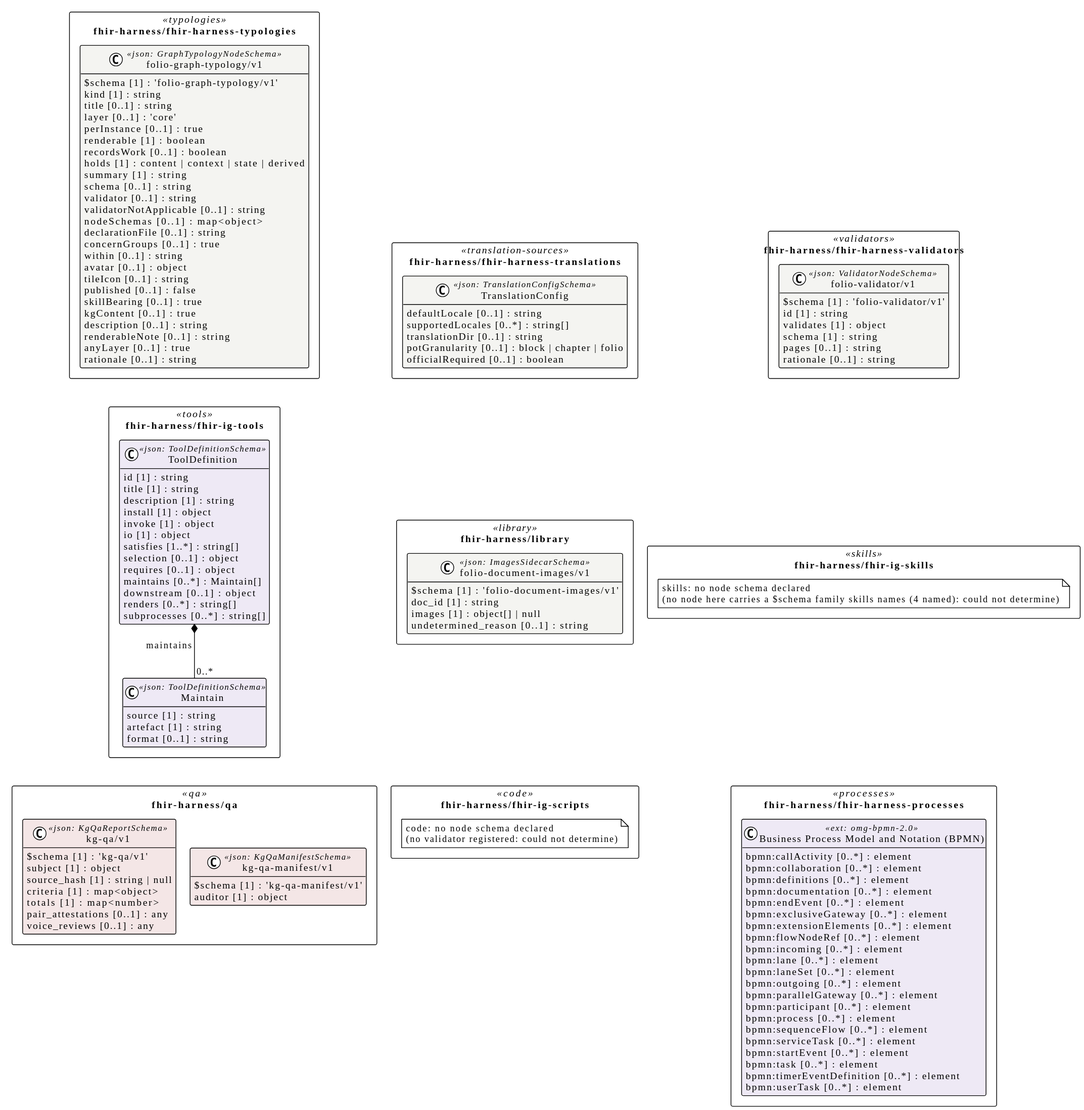
This is assets/img/uml/overview/fhir-harness.svg from litlfred/smart-trust, a PlantUML export, as it was before one commit. The source it was exported from:
```plantuml
@startuml
!pragma layout elk
!theme plain
skinparam classAttributeIconSize 0
skinparam shadowing false
skinparam packageStyle rectangle
hide empty methods

package "fhir-harness/fhir-harness-translations" as pkg_fhir_harness_fhir_harness_translations <<translation-sources>> {
  class "TranslationConfig" as fhir_harness_fhir_harness_translations_TranslationConfig <<json: TranslationConfigSchema>> #f4f4f1 {
    defaultLocale [0..1] : string
    supportedLocales [0..*] : string[]
    translationDir [0..1] : string
    potGranularity [0..1] : block | chapter | folio
    officialRequired [0..1] : boolean
  }
}
package "fhir-harness/fhir-harness-validators" as pkg_fhir_harness_fhir_harness_validators <<validators>> {
  class "folio-validator/v1" as fhir_harness_fhir_harness_validators_folio_validator_v1_folio_validator_v1 <<json: ValidatorNodeSchema>> #f4f4f1 {
    $schema [1] : 'folio-validator/v1'
    id [1] : string
    validates [1] : object
    schema [1] : string
    pages [0..1] : string
    rationale [0..1] : string
  }
}
package "fhir-harness/fhir-harness-typologies" as pkg_fhir_harness_fhir_harness_typologies <<typologies>> {
  class "folio-graph-typology/v1" as fhir_harness_fhir_harness_typologies_folio_graph_typology_v1_folio_graph_typology_v1 <<json: GraphTypologyNodeSchema>> #f4f4f1 {
    $schema [1] : 'folio-graph-typology/v1'
    kind [1] : string
    title [0..1] : string
    layer [0..1] : 'core'
    perInstance [0..1] : true
    renderable [1] : boolean
    recordsWork [0..1] : boolean
    holds [1] : content | context | state | derived
    summary [1] : string
    schema [0..1] : string
    validator [0..1] : string
    validatorNotApplicable [0..1] : string
    nodeSchemas [0..1] : map<object>
    declarationFile [0..1] : string
    concernGroups [0..1] : true
    within [0..1] : string
    avatar [0..1] : object
    tileIcon [0..1] : string
    published [0..1] : false
    skillBearing [0..1] : true
    kgContent [0..1] : true
    description [0..1] : string
    renderableNote [0..1] : string
    anyLayer [0..1] : true
    rationale [0..1] : string
  }
}
package "fhir-harness/library" as pkg_fhir_harness_library <<library>> {
  class "folio-document-images/v1" as fhir_harness_library_folio_document_images_v1_folio_document_images_v1 <<json: ImagesSidecarSchema>> #f4f4f1 {
    $schema [1] : 'folio-document-images/v1'
    doc_id [1] : string
    images [1] : object[] | null
    undetermined_reason [0..1] : string
  }
}
package "fhir-harness/fhir-ig-skills" as pkg_fhir_harness_fhir_ig_skills <<skills>> {
  note "skills: no node schema declared\n(no node here carries a $schema family skills names (4 named): could not determine)" as n_fhir_harness_fhir_ig_skills_skills
}
package "fhir-harness/fhir-ig-tools" as pkg_fhir_harness_fhir_ig_tools <<tools>> {
  class "Maintain" as fhir_harness_fhir_ig_tools_Maintain <<json: ToolDefinitionSchema>> #eee9f5 {
    source [1] : string
    artefact [1] : string
    format [0..1] : string
  }
  class "ToolDefinition" as fhir_harness_fhir_ig_tools_ToolDefinition <<json: ToolDefinitionSchema>> #eee9f5 {
    id [1] : string
    title [1] : string
    description [1] : string
    install [1] : object
    invoke [1] : object
    io [1] : object
    satisfies [1..*] : string[]
    selection [0..1] : object
    requires [0..1] : object
    maintains [0..*] : Maintain[]
    downstream [0..1] : object
    renders [0..*] : string[]
    subprocesses [0..*] : string[]
  }
}
package "fhir-harness/fhir-ig-scripts" as pkg_fhir_harness_fhir_ig_scripts <<code>> {
  note "code: no node schema declared\n(no validator registered: could not determine)" as n_fhir_harness_fhir_ig_scripts_code
}
package "fhir-harness/fhir-harness-processes" as pkg_fhir_harness_fhir_harness_processes <<processes>> {
  class "Business Process Model and Notation (BPMN)" as fhir_harness_fhir_harness_processes_omg_bpmn_2_0 <<ext: omg-bpmn-2.0>> #eee9f5 {
    bpmn:callActivity [0..*] : element
    bpmn:collaboration [0..*] : element
    bpmn:definitions [0..*] : element
    bpmn:documentation [0..*] : element
    bpmn:endEvent [0..*] : element
    bpmn:exclusiveGateway [0..*] : element
    bpmn:extensionElements [0..*] : element
    bpmn:flowNodeRef [0..*] : element
    bpmn:incoming [0..*] : element
    bpmn:lane [0..*] : element
    bpmn:laneSet [0..*] : element
    bpmn:outgoing [0..*] : element
    bpmn:parallelGateway [0..*] : element
    bpmn:participant [0..*] : element
    bpmn:process [0..*] : element
    bpmn:sequenceFlow [0..*] : element
    bpmn:serviceTask [0..*] : element
    bpmn:startEvent [0..*] : element
    bpmn:task [0..*] : element
    bpmn:timerEventDefinition [0..*] : element
    bpmn:userTask [0..*] : element
  }
}
package "fhir-harness/qa" as pkg_fhir_harness_qa <<qa>> {
  class "kg-qa/v1" as fhir_harness_qa_kg_qa_v1_kg_qa_v1 <<json: KgQaReportSchema>> #f4e6e6 {
    $schema [1] : 'kg-qa/v1'
    subject [1] : object
    source_hash [1] : string | null
    criteria [1] : map<object>
    totals [1] : map<number>
    pair_attestations [0..1] : any
    voice_reviews [0..1] : any
  }
  class "kg-qa-manifest/v1" as fhir_harness_qa_kg_qa_manifest_v1_kg_qa_manifest_v1 <<json: KgQaManifestSchema>> #f4e6e6 {
    $schema [1] : 'kg-qa-manifest/v1'
    auditor [1] : object
  }
}

fhir_harness_fhir_ig_tools_ToolDefinition *-- "0..*" fhir_harness_fhir_ig_tools_Maintain : maintains
pkg_fhir_harness_fhir_harness_translations -[hidden]down- pkg_fhir_harness_library
pkg_fhir_harness_fhir_harness_validators -[hidden]down- pkg_fhir_harness_fhir_ig_skills
pkg_fhir_harness_fhir_harness_typologies -[hidden]down- pkg_fhir_harness_fhir_ig_tools
pkg_fhir_harness_library -[hidden]down- pkg_fhir_harness_fhir_ig_scripts
pkg_fhir_harness_fhir_ig_skills -[hidden]down- pkg_fhir_harness_fhir_harness_processes
pkg_fhir_harness_fhir_ig_tools -[hidden]down- pkg_fhir_harness_qa
@enduml
```
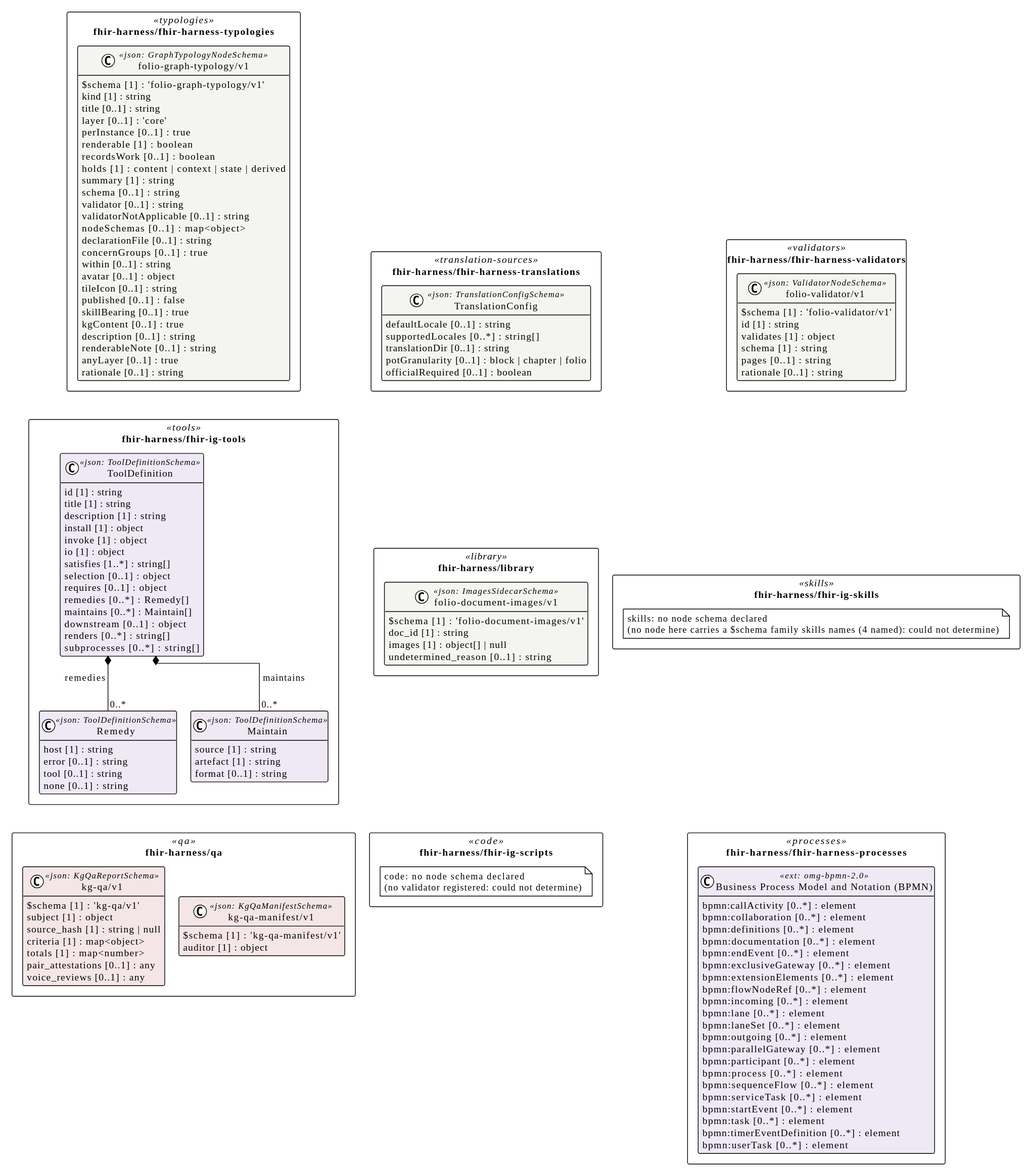
Later version of the same file.

Change to the diagram source:
```diff
@@ -66,6 +66,12 @@
   note "skills: no node schema declared\n(no node here carries a $schema family skills names (4 named): could not determine)" as n_fhir_harness_fhir_ig_skills_skills
 }
 package "fhir-harness/fhir-ig-tools" as pkg_fhir_harness_fhir_ig_tools <<tools>> {
+  class "Remedy" as fhir_harness_fhir_ig_tools_Remedy <<json: ToolDefinitionSchema>> #eee9f5 {
+    host [1] : string
+    error [0..1] : string
+    tool [0..1] : string
+    none [0..1] : string
+  }
   class "Maintain" as fhir_harness_fhir_ig_tools_Maintain <<json: ToolDefinitionSchema>> #eee9f5 {
     source [1] : string
     artefact [1] : string
@@ -81,6 +87,7 @@
     satisfies [1..*] : string[]
     selection [0..1] : object
     requires [0..1] : object
+    remedies [0..*] : Remedy[]
     maintains [0..*] : Maintain[]
     downstream [0..1] : object
     renders [0..*] : string[]
@@ -131,6 +138,7 @@
   }
 }
 
+fhir_harness_fhir_ig_tools_ToolDefinition *-- "0..*" fhir_harness_fhir_ig_tools_Remedy : remedies
 fhir_harness_fhir_ig_tools_ToolDefinition *-- "0..*" fhir_harness_fhir_ig_tools_Maintain : maintains
 pkg_fhir_harness_fhir_harness_translations -[hidden]down- pkg_fhir_harness_library
 pkg_fhir_harness_fhir_harness_validators -[hidden]down- pkg_fhir_harness_fhir_ig_skills
```
